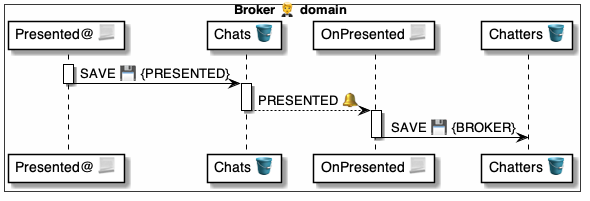
Before: 4 ⚙️ Solution/20 🧑‍🦰 UI/Brokers 🤵/🤵🪣 Broker tables/Chats 💬 table/🪣🔔 on Presented/🤵 OnChatPresented ⚙️ uml.png, a diagram exported from PlantUML (pollyweb-org/pollyweb-docs). Its source is kept beside it as 4 ⚙️ Solution/20 🧑‍🦰 UI/Brokers 🤵/🤵🪣 Broker tables/Chats 💬 table/🪣🔔 on Presented/🤵 OnChatPresented ⚙️ uml.puml.
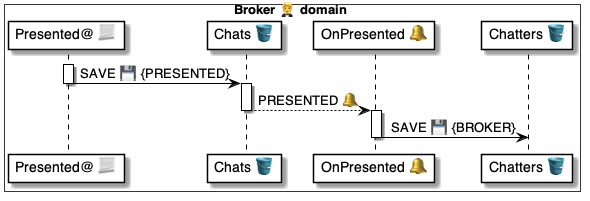
The same file after the commit.

The edit, as a diff of the source:
```diff
@@ -4,7 +4,7 @@
 box Broker 🤵 domain #FFFFFA
     participant "Presented@ 📃" as script
     participant "Chats 🪣" as chats
-    participant "OnPresented 📃" as handler
+    participant "OnPresented 🔔" as handler
     participant "Chatters 🪣" as chatters
 end box
 
```
